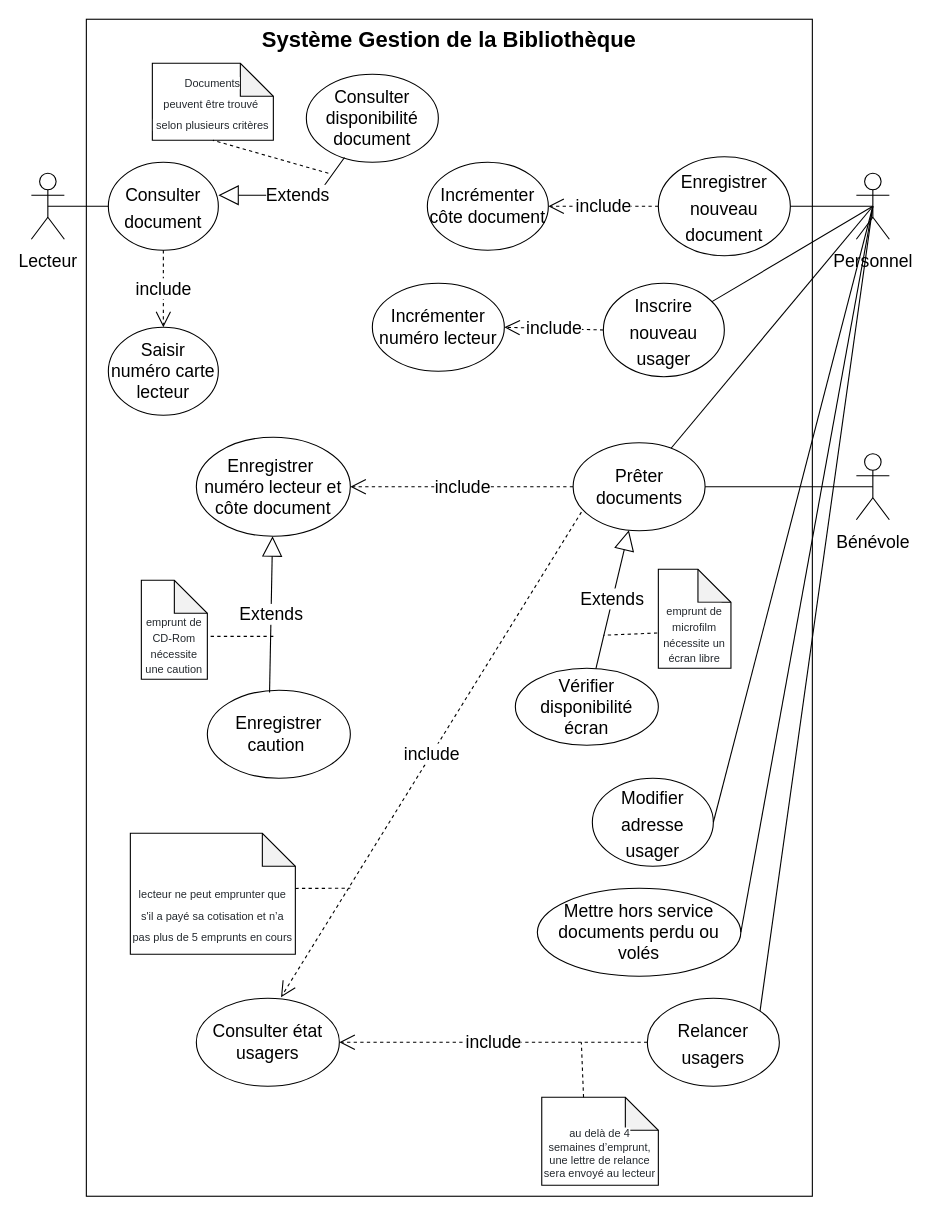
This is Développer des composants d'interface/Maquetter une application/UML partie 1/Phase 2 - Diagramme cas d'utilisation/Gestion Bibliothèque_Diagramme cas d'utilisation.drawio from Nijat-Majidli/CDA_21188, a draw.io file, before an edit. Source tidied: cells renumbered, new cells numbered last; positions are measured from the earlier drawing's top-left corner, leaving out a move shared by most shapes. Both pictures are drawn from the tidied source at 110%, with x=0, y=0 at pixel (31, 19).
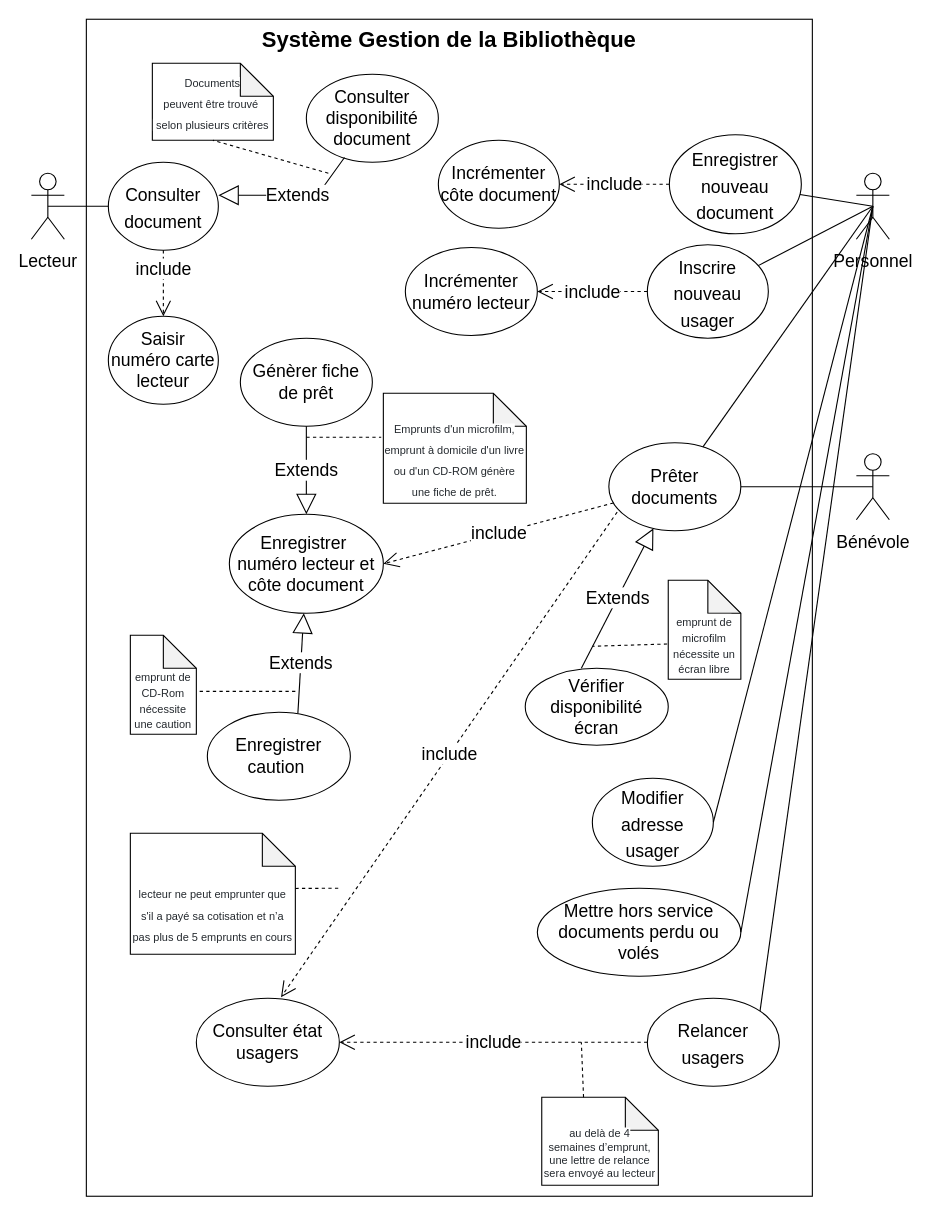
The same diagram, later.

The change refers to these unchanged cells:
```xml
<mxCell id="6" value="&lt;font style=&quot;font-size: 16px&quot;&gt;Consulter document&lt;/font&gt;" style="ellipse;whiteSpace=wrap;html=1;fontSize=20;" parent="1" vertex="1">
  <mxGeometry x="70" y="130" width="100" height="80" as="geometry" />
</mxCell>
<mxCell id="38" value="&lt;p&gt;&lt;span style=&quot;background-color: rgb(255 , 255 , 255) ; color: rgb(36 , 41 , 46) ; font-size: 10px ; text-align: left&quot;&gt;&lt;br&gt;&lt;/span&gt;&lt;/p&gt;&lt;p&gt;&lt;span style=&quot;background-color: rgb(255 , 255 , 255) ; color: rgb(36 , 41 , 46) ; font-size: 10px ; text-align: left&quot;&gt;lecteur ne peut emprunter que s'il a payé sa cotisation et n’a pas plus de 5 emprunts en cours&lt;/span&gt;&lt;br&gt;&lt;/p&gt;" style="shape=note;whiteSpace=wrap;html=1;backgroundOutline=1;darkOpacity=0.05;fontSize=16;" parent="1" vertex="1">
  <mxGeometry x="90" y="740" width="150" height="110" as="geometry" />
</mxCell>
```

Change to the diagram source:
```diff
@@
     <mxCell id="7" value="&lt;font style=&quot;font-size: 16px&quot;&gt;Enregistrer nouveau document&lt;/font&gt;" style="ellipse;whiteSpace=wrap;html=1;fontSize=20;" parent="1" vertex="1">
-      <mxGeometry x="570" y="125" width="120" height="90" as="geometry" />
+      <mxGeometry x="580" y="105" width="120" height="90" as="geometry" />
     </mxCell>
     <mxCell id="8" value="&lt;font style=&quot;font-size: 16px&quot;&gt;Inscrire &lt;br&gt;nouveau usager&lt;/font&gt;" style="ellipse;whiteSpace=wrap;html=1;fontSize=20;" parent="1" vertex="1">
-      <mxGeometry x="520" y="240" width="110" height="85" as="geometry" />
+      <mxGeometry x="560" y="205" width="110" height="85" as="geometry" />
     </mxCell>
@@
     <mxCell id="14" value="&lt;div&gt;&lt;font style=&quot;font-size: 16px&quot;&gt;Prêter documents&lt;/font&gt;&lt;/div&gt;" style="ellipse;whiteSpace=wrap;html=1;" parent="1" vertex="1">
-      <mxGeometry x="492.5" y="385" width="120" height="80" as="geometry" />
+      <mxGeometry x="525" y="385" width="120" height="80" as="geometry" />
     </mxCell>
@@
-    <mxCell id="23" value="include" style="endArrow=open;endSize=12;dashed=1;html=1;rounded=0;fontSize=16;" parent="1" edge="1" source="14" target="24">
+    <mxCell id="23" value="include" style="endArrow=open;endSize=12;dashed=1;html=1;rounded=0;fontSize=16;entryX=1;entryY=0.5;entryDx=0;entryDy=0;" parent="1" edge="1" source="14" target="24">
       <mxGeometry relative="1" as="geometry" />
     </mxCell>
     <mxCell id="24" value="Enregistrer&amp;nbsp; numéro lecteur et côte document" style="ellipse;whiteSpace=wrap;html=1;fontSize=16;" parent="1" vertex="1">
-      <mxGeometry x="150" y="380" width="140" height="90" as="geometry" />
+      <mxGeometry x="180" y="450" width="140" height="90" as="geometry" />
     </mxCell>
     <mxCell id="25" value="Enregistrer caution&amp;nbsp;" style="ellipse;whiteSpace=wrap;html=1;fontSize=16;" parent="1" vertex="1">
-      <mxGeometry x="160" y="610" width="130" height="80" as="geometry" />
+      <mxGeometry x="160" y="630" width="130" height="80" as="geometry" />
     </mxCell>
     <mxCell id="26" value="Vérifier disponibilité &lt;br&gt;écran" style="ellipse;whiteSpace=wrap;html=1;fontSize=16;" parent="1" vertex="1">
-      <mxGeometry x="440" y="590" width="130" height="70" as="geometry" />
+      <mxGeometry x="449" y="590" width="130" height="70" as="geometry" />
     </mxCell>
-    <mxCell id="27" value="Extends" style="endArrow=block;endSize=16;endFill=0;html=1;rounded=0;fontSize=16;" parent="1" edge="1" source="26" target="14">
-      <mxGeometry relative="1" as="geometry" />
+    <mxCell id="27" value="Extends" style="endArrow=block;endSize=16;endFill=0;html=1;rounded=0;fontSize=16;" parent="1" edge="1" target="14">
+      <mxGeometry relative="1" as="geometry">
+        <mxPoint x="500" y="590" as="sourcePoint" />
+      </mxGeometry>
     </mxCell>
-    <mxCell id="28" value="Extends" style="endArrow=block;endSize=16;endFill=0;html=1;rounded=0;fontSize=16;exitX=0.435;exitY=0.025;exitDx=0;exitDy=0;exitPerimeter=0;" parent="1" edge="1" source="25" target="24">
+    <mxCell id="28" value="Extends" style="endArrow=block;endSize=16;endFill=0;html=1;rounded=0;fontSize=16;exitX=0.633;exitY=0.013;exitDx=0;exitDy=0;exitPerimeter=0;" parent="1" edge="1" source="25" target="24">
       <mxGeometry relative="1" as="geometry" />
     </mxCell>
     <mxCell id="29" value="&lt;font style=&quot;font-size: 10px&quot;&gt;&amp;nbsp;&lt;br&gt;&lt;span style=&quot;color: rgb(36 , 41 , 46) ; font-family: , &amp;#34;blinkmacsystemfont&amp;#34; , &amp;#34;segoe ui&amp;#34; , &amp;#34;helvetica&amp;#34; , &amp;#34;arial&amp;#34; , sans-serif , &amp;#34;apple color emoji&amp;#34; , &amp;#34;segoe ui emoji&amp;#34; ; text-align: left ; background-color: rgb(255 , 255 , 255)&quot;&gt;&lt;font style=&quot;font-size: 10px&quot;&gt;&lt;br&gt;emprunt de CD-Rom nécessite une caution&lt;/font&gt;&lt;/span&gt;&lt;/font&gt;" style="shape=note;whiteSpace=wrap;html=1;backgroundOutline=1;darkOpacity=0.05;" parent="1" vertex="1">
-      <mxGeometry x="100" y="510" width="60" height="90" as="geometry" />
+      <mxGeometry x="90" y="560" width="60" height="90" as="geometry" />
     </mxCell>
     <mxCell id="30" style="endArrow=none;dashed=1;html=1;rounded=0;fontSize=12;entryX=1.017;entryY=0.567;entryDx=0;entryDy=0;entryPerimeter=0;" parent="1" edge="1" target="29">
       <mxGeometry relative="1" as="geometry">
-        <mxPoint x="220" y="561" as="sourcePoint" />
+        <mxPoint x="240" y="611" as="sourcePoint" />
       </mxGeometry>
     </mxCell>
     <mxCell id="31" value="&lt;span style=&quot;color: rgb(36 , 41 , 46) ; font-family: , &amp;#34;blinkmacsystemfont&amp;#34; , &amp;#34;segoe ui&amp;#34; , &amp;#34;helvetica&amp;#34; , &amp;#34;arial&amp;#34; , sans-serif , &amp;#34;apple color emoji&amp;#34; , &amp;#34;segoe ui emoji&amp;#34; ; text-align: left ; background-color: rgb(255 , 255 , 255)&quot;&gt;&lt;font style=&quot;font-size: 10px&quot;&gt;&lt;br&gt;&lt;br&gt;emprunt de microfilm nécessite un écran libre&lt;/font&gt;&lt;/span&gt;" style="shape=note;whiteSpace=wrap;html=1;backgroundOutline=1;darkOpacity=0.05;fontSize=12;" parent="1" vertex="1">
-      <mxGeometry x="570" y="500" width="66" height="90" as="geometry" />
+      <mxGeometry x="579" y="510" width="66" height="90" as="geometry" />
     </mxCell>
     <mxCell id="32" style="endArrow=none;dashed=1;html=1;rounded=0;fontSize=10;exitX=-0.015;exitY=0.644;exitDx=0;exitDy=0;exitPerimeter=0;" parent="1" edge="1" source="31">
       <mxGeometry relative="1" as="geometry">
-        <mxPoint x="520" y="560" as="targetPoint" />
+        <mxPoint x="510" y="570" as="targetPoint" />
       </mxGeometry>
     </mxCell>
     <mxCell id="33" value="&lt;font style=&quot;font-size: 16px&quot;&gt;Incrémenter côte document&lt;/font&gt;" style="ellipse;whiteSpace=wrap;html=1;fontSize=10;" parent="1" vertex="1">
-      <mxGeometry x="360" y="130" width="110" height="80" as="geometry" />
+      <mxGeometry x="370" y="110" width="110" height="80" as="geometry" />
     </mxCell>
@@
     <mxCell id="35" value="&lt;font style=&quot;font-size: 16px&quot;&gt;Incrémenter numéro lecteur&lt;/font&gt;" style="ellipse;whiteSpace=wrap;html=1;fontSize=10;" parent="1" vertex="1">
-      <mxGeometry x="310" y="240" width="120" height="80" as="geometry" />
+      <mxGeometry x="340" y="207.5" width="120" height="80" as="geometry" />
     </mxCell>
@@
     <mxCell id="39" style="endArrow=none;dashed=1;html=1;rounded=0;fontFamily=Helvetica;fontSize=10;exitX=1;exitY=0.456;exitDx=0;exitDy=0;exitPerimeter=0;" parent="1" edge="1" source="38">
       <mxGeometry relative="1" as="geometry">
-        <mxPoint x="290" y="790" as="targetPoint" />
+        <mxPoint x="280" y="790" as="targetPoint" />
       </mxGeometry>
     </mxCell>
@@
     <mxCell id="42" value="&lt;font style=&quot;font-size: 16px&quot;&gt;Saisir numéro carte lecteur&lt;/font&gt;" style="ellipse;whiteSpace=wrap;html=1;fontFamily=Helvetica;fontSize=10;" parent="1" vertex="1">
-      <mxGeometry x="70" y="280" width="100" height="80" as="geometry" />
+      <mxGeometry x="70" y="270" width="100" height="80" as="geometry" />
     </mxCell>
-    <mxCell id="43" value="include" style="endArrow=open;endSize=12;dashed=1;html=1;rounded=0;fontFamily=Helvetica;fontSize=16;" parent="1" edge="1" source="6" target="42">
-      <mxGeometry relative="1" as="geometry" />
+    <mxCell id="43" value="include" style="endArrow=open;endSize=12;dashed=1;html=1;rounded=0;fontFamily=Helvetica;fontSize=16;exitX=0.5;exitY=1;exitDx=0;exitDy=0;" parent="1" edge="1" source="6" target="42">
+      <mxGeometry x="-0.43" relative="1" as="geometry" />
     </mxCell>
@@
+    <mxCell id="48" value="&lt;font style=&quot;font-size: 16px&quot;&gt;Génèrer fiche de prêt&lt;/font&gt;" style="ellipse;whiteSpace=wrap;html=1;" parent="1" vertex="1">
+      <mxGeometry x="190" y="290" width="120" height="80" as="geometry" />
+    </mxCell>
+    <mxCell id="49" value="Extends" style="endArrow=block;endSize=16;endFill=0;html=1;rounded=0;fontSize=16;exitX=0.5;exitY=1;exitDx=0;exitDy=0;" parent="1" edge="1" source="48" target="24">
+      <mxGeometry relative="1" as="geometry" />
+    </mxCell>
+    <mxCell id="50" value="&lt;span style=&quot;color: rgb(36 , 41 , 46) ; text-align: left ; background-color: rgb(255 , 255 , 255) ; font-size: 10px&quot;&gt;&lt;font style=&quot;font-size: 10px&quot;&gt;&lt;br&gt;Emprunts d'un microfilm, emprunt à domicile d'un livre o&lt;/font&gt;&lt;font style=&quot;font-size: 10px&quot;&gt;u d'un CD-ROM&amp;nbsp;&lt;/font&gt;&lt;/span&gt;&lt;font style=&quot;font-size: 10px&quot;&gt;&lt;span style=&quot;color: rgb(36 , 41 , 46) ; font-family: , &amp;#34;blinkmacsystemfont&amp;#34; , &amp;#34;segoe ui&amp;#34; , &amp;#34;helvetica&amp;#34; , &amp;#34;arial&amp;#34; , sans-serif , &amp;#34;apple color emoji&amp;#34; , &amp;#34;segoe ui emoji&amp;#34; ; text-align: left ; background-color: rgb(255 , 255 , 255)&quot;&gt;génère une fiche de prêt&lt;/span&gt;&lt;span style=&quot;color: rgb(36 , 41 , 46) ; text-align: left ; background-color: rgb(255 , 255 , 255)&quot;&gt;&lt;font style=&quot;font-size: 10px&quot;&gt;.&lt;/font&gt;&lt;/span&gt;&lt;/font&gt;" style="shape=note;whiteSpace=wrap;html=1;backgroundOutline=1;darkOpacity=0.05;fontSize=16;" parent="1" vertex="1">
+      <mxGeometry x="320" y="340" width="130" height="100" as="geometry" />
+    </mxCell>
+    <mxCell id="51" style="endArrow=none;dashed=1;html=1;rounded=0;fontSize=10;entryX=-0.015;entryY=0.4;entryDx=0;entryDy=0;entryPerimeter=0;" parent="1" edge="1" target="50">
+      <mxGeometry relative="1" as="geometry">
+        <mxPoint x="250" y="380" as="sourcePoint" />
+      </mxGeometry>
+    </mxCell>
```
